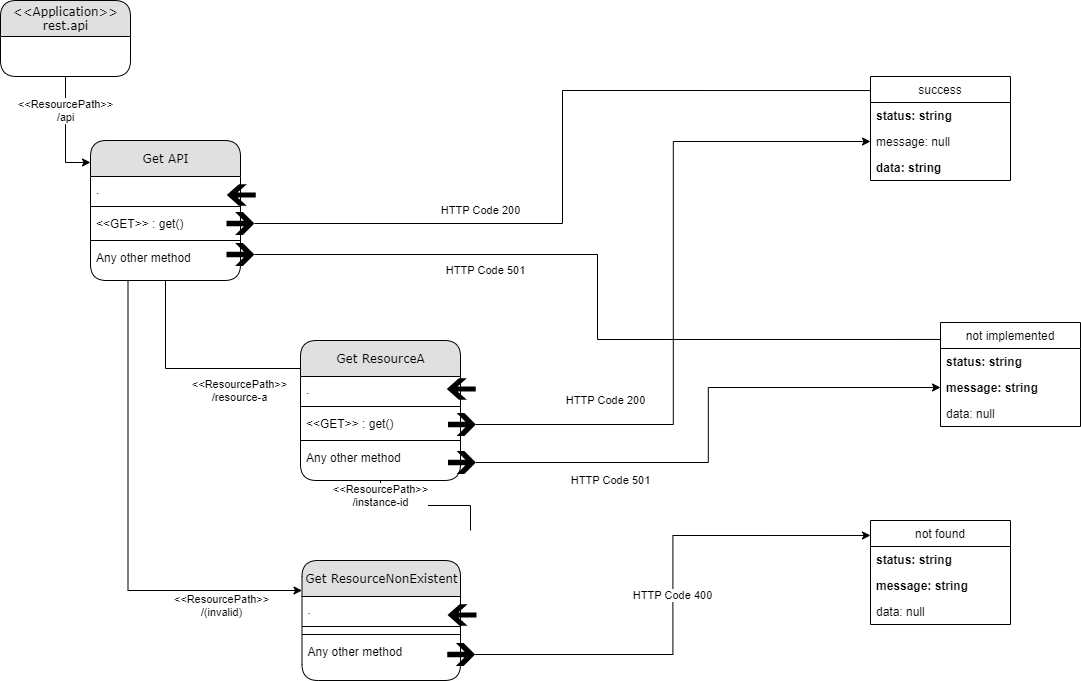
Before: Project003/serverapp/documents/restapi-logic-diagram.png, a diagram exported from draw.io (MariMendM/devops-sandbox). Source tidied: cells renumbered, new cells last; positions are measured from the earlier drawing's top-left corner, leaving out a move shared by most shapes.
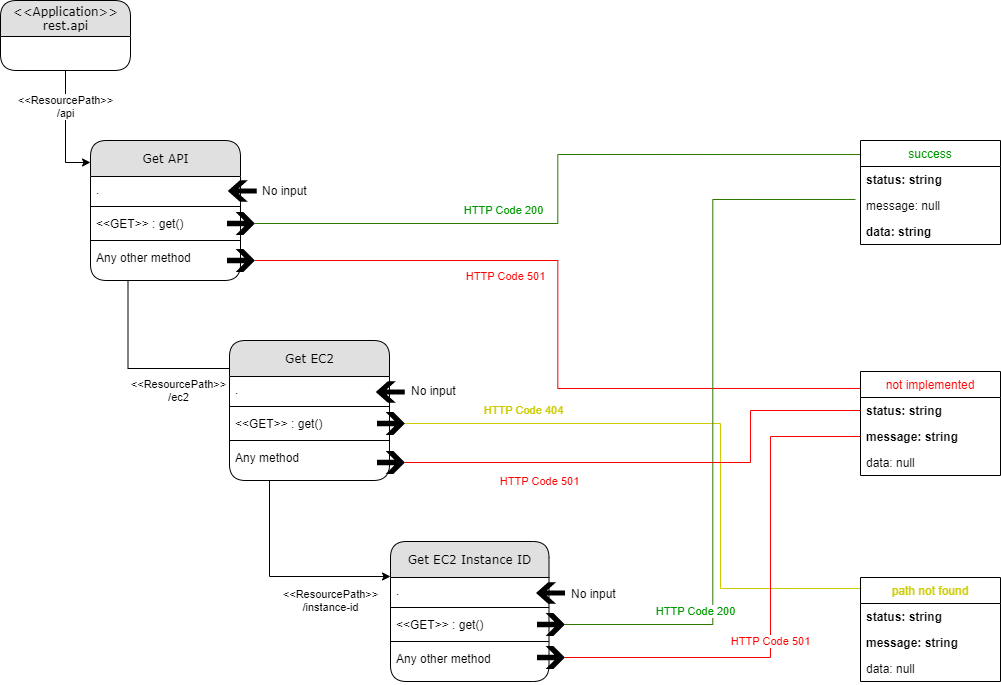
The same file after the commit.

Commit message:
Dependencies fix; docs update; code improvements

Change to the diagram source:
```diff
@@ -6,13 +6,13 @@
       <mxGeometry x="-0.39" relative="1" as="geometry" />
     </mxCell>
     <mxCell id="3" value="&amp;lt;&amp;lt;Application&amp;gt;&amp;gt;&lt;br&gt;rest.api" style="swimlane;html=1;fontStyle=0;horizontal=1;startSize=36;fillColor=#e0e0e0;swimlaneFillColor=#ffffff;align=center;rounded=1;shadow=0;comic=0;labelBackgroundColor=none;strokeWidth=1;fontFamily=Verdana;fontSize=12;" parent="1" vertex="1">
-      <mxGeometry width="130" height="76" as="geometry" />
+      <mxGeometry width="130" height="70" as="geometry" />
     </mxCell>
-    <mxCell id="4" value="HTTP Code 200" style="edgeStyle=orthogonalEdgeStyle;rounded=0;jettySize=auto;html=1;exitX=0.5;exitY=1;exitDx=0;exitDy=0;exitPerimeter=0;startArrow=none;endArrow=none;endFill=0;startFill=0;entryX=0;entryY=0.135;entryDx=0;entryDy=0;entryPerimeter=0;" parent="1" edge="1" source="38" target="5">
-      <mxGeometry x="-0.4" y="13" relative="1" as="geometry" />
+    <mxCell id="4" value="HTTP Code 200" style="edgeStyle=orthogonalEdgeStyle;rounded=0;jettySize=auto;html=1;exitX=0.5;exitY=1;exitDx=0;exitDy=0;exitPerimeter=0;startArrow=none;endArrow=none;endFill=0;startFill=0;entryX=0;entryY=0.135;entryDx=0;entryDy=0;entryPerimeter=0;fillColor=#60a917;strokeColor=#2D7600;fontColor=#009900;" parent="1" edge="1" source="38" target="5">
+      <mxGeometry x="-0.26" y="13" relative="1" as="geometry" />
     </mxCell>
-    <mxCell id="5" value="success" style="swimlane;fontStyle=0;horizontal=1;startSize=26;fillColor=none;" parent="1" vertex="1">
-      <mxGeometry x="870" y="76" width="140" height="104" as="geometry" />
+    <mxCell id="5" value="success" style="swimlane;fontStyle=0;horizontal=1;startSize=26;fillColor=none;fontColor=#009900;" parent="1" vertex="1">
+      <mxGeometry x="860" y="140" width="140" height="104" as="geometry" />
     </mxCell>
     <mxCell id="6" value="status: string" style="text;strokeColor=none;fillColor=none;align=left;verticalAlign=top;spacingLeft=4;spacingRight=4;overflow=hidden;fontStyle=1;" parent="5" vertex="1">
       <mxGeometry y="26" width="140" height="26" as="geometry" />
@@ -23,13 +23,13 @@
     <mxCell id="8" value="data: string" style="text;strokeColor=none;fillColor=none;align=left;verticalAlign=top;spacingLeft=4;spacingRight=4;overflow=hidden;fontStyle=1;" parent="5" vertex="1">
       <mxGeometry y="78" width="140" height="26" as="geometry" />
     </mxCell>
-    <mxCell id="9" value="&amp;lt;&amp;lt;ResourcePath&amp;gt;&amp;gt;&lt;br&gt;/resource-a" style="edgeStyle=orthogonalEdgeStyle;rounded=0;jettySize=auto;html=1;exitX=0.5;exitY=1;exitDx=0;exitDy=0;entryX=0;entryY=0.2;entryDx=0;entryDy=0;startArrow=none;startFill=0;endArrow=none;endFill=0;entryPerimeter=0;" parent="1" edge="1" source="11" target="23">
+    <mxCell id="9" value="&amp;lt;&amp;lt;ResourcePath&amp;gt;&amp;gt;&lt;br&gt;/ec2" style="edgeStyle=orthogonalEdgeStyle;rounded=0;jettySize=auto;html=1;exitX=0.25;exitY=1;exitDx=0;exitDy=0;entryX=0;entryY=0.2;entryDx=0;entryDy=0;startArrow=none;startFill=0;endArrow=none;endFill=0;entryPerimeter=0;" parent="1" edge="1" source="11" target="23">
       <mxGeometry x="0.46" y="-22" relative="1" as="geometry">
         <mxPoint x="-1" as="offset" />
       </mxGeometry>
     </mxCell>
-    <mxCell id="10" value="&amp;lt;&amp;lt;ResourcePath&amp;gt;&amp;gt;&lt;br&gt;/(invalid)" style="edgeStyle=orthogonalEdgeStyle;rounded=0;jettySize=auto;html=1;entryX=0;entryY=0.25;entryDx=0;entryDy=0;exitX=0.25;exitY=1;exitDx=0;exitDy=0;" parent="1" edge="1" source="11" target="29">
-      <mxGeometry x="0.67" y="-15" relative="1" as="geometry" />
+    <mxCell id="10" value="&amp;lt;&amp;lt;ResourcePath&amp;gt;&amp;gt;&lt;br&gt;/instance-id" style="edgeStyle=orthogonalEdgeStyle;rounded=0;jettySize=auto;html=1;entryX=0;entryY=0.25;entryDx=0;entryDy=0;exitX=0.25;exitY=1;exitDx=0;exitDy=0;" parent="1" edge="1" source="23" target="29">
+      <mxGeometry x="0.45" y="-24" relative="1" as="geometry" />
     </mxCell>
     <mxCell id="11" value="Get API" style="swimlane;html=1;fontStyle=0;horizontal=1;startSize=36;fillColor=#e0e0e0;swimlaneFillColor=#ffffff;align=center;rounded=1;shadow=0;comic=0;labelBackgroundColor=none;strokeWidth=1;fontFamily=Verdana;fontSize=12;" parent="1" vertex="1">
       <mxGeometry x="90" y="140" width="150" height="140" as="geometry" />
@@ -49,11 +49,11 @@
     <mxCell id="16" value="Any other method" style="text;strokeColor=none;fillColor=none;align=left;verticalAlign=top;spacingLeft=4;spacingRight=4;overflow=hidden;" parent="11" vertex="1">
       <mxGeometry y="104" width="150" height="26" as="geometry" />
     </mxCell>
-    <mxCell id="17" value="HTTP Code 501" style="edgeStyle=orthogonalEdgeStyle;rounded=0;jettySize=auto;html=1;exitX=0.5;exitY=1;exitDx=0;exitDy=0;exitPerimeter=0;startArrow=none;startFill=0;endArrow=none;endFill=0;entryX=0;entryY=0.163;entryDx=0;entryDy=0;entryPerimeter=0;" parent="1" edge="1" source="39" target="18">
-      <mxGeometry x="-0.4" y="-16" relative="1" as="geometry" />
+    <mxCell id="17" value="HTTP Code 501" style="edgeStyle=orthogonalEdgeStyle;rounded=0;jettySize=auto;html=1;exitX=0.5;exitY=1;exitDx=0;exitDy=0;exitPerimeter=0;startArrow=none;startFill=0;endArrow=none;endFill=0;entryX=0;entryY=0.163;entryDx=0;entryDy=0;entryPerimeter=0;fillColor=#e51400;fontColor=#FF0000;strokeColor=#FF0000;" parent="1" edge="1" source="39" target="18">
+      <mxGeometry x="-0.32" y="-16" relative="1" as="geometry" />
     </mxCell>
-    <mxCell id="18" value="not implemented" style="swimlane;fontStyle=0;horizontal=1;startSize=26;fillColor=none;" parent="1" vertex="1">
-      <mxGeometry x="940" y="322" width="140" height="104" as="geometry" />
+    <mxCell id="18" value="not implemented" style="swimlane;fontStyle=0;horizontal=1;startSize=26;fillColor=none;fontColor=#FF0000;" parent="1" vertex="1">
+      <mxGeometry x="860" y="371" width="140" height="104" as="geometry" />
     </mxCell>
     <mxCell id="19" value="status: string" style="text;strokeColor=none;fillColor=none;align=left;verticalAlign=top;spacingLeft=4;spacingRight=4;overflow=hidden;points=[[0,0.5],[1,0.5]];portConstraint=eastwest;fontStyle=1;" parent="18" vertex="1">
       <mxGeometry y="26" width="140" height="26" as="geometry" />
@@ -64,14 +64,8 @@
     <mxCell id="21" value="data: null" style="text;strokeColor=none;fillColor=none;align=left;verticalAlign=top;spacingLeft=4;spacingRight=4;overflow=hidden;" parent="18" vertex="1">
       <mxGeometry y="78" width="140" height="26" as="geometry" />
     </mxCell>
-    <mxCell id="22" value="&amp;lt;&amp;lt;ResourcePath&amp;gt;&amp;gt;&lt;br&gt;/instance-id" style="edgeStyle=orthogonalEdgeStyle;rounded=0;jettySize=auto;html=1;exitX=0.5;exitY=1;exitDx=0;exitDy=0;startArrow=none;startFill=0;endArrow=none;endFill=0;" parent="1" edge="1" source="23">
-      <mxGeometry x="-0.77" relative="1" as="geometry">
-        <mxPoint x="470" y="530" as="targetPoint" />
-        <mxPoint y="-1" as="offset" />
-      </mxGeometry>
-    </mxCell>
-    <mxCell id="23" value="Get ResourceA" style="swimlane;html=1;fontStyle=0;horizontal=1;startSize=36;fillColor=#e0e0e0;swimlaneFillColor=#ffffff;align=center;rounded=1;shadow=0;comic=0;labelBackgroundColor=none;strokeWidth=1;fontFamily=Verdana;fontSize=12;" parent="1" vertex="1">
-      <mxGeometry x="300" y="340" width="160" height="140" as="geometry" />
+    <mxCell id="23" value="Get EC2" style="swimlane;html=1;fontStyle=0;horizontal=1;startSize=36;fillColor=#e0e0e0;swimlaneFillColor=#ffffff;align=center;rounded=1;shadow=0;comic=0;labelBackgroundColor=none;strokeWidth=1;fontFamily=Verdana;fontSize=12;" parent="1" vertex="1">
+      <mxGeometry x="229" y="340" width="160" height="140" as="geometry" />
     </mxCell>
     <mxCell id="24" value="." style="text;strokeColor=none;fillColor=none;align=left;verticalAlign=top;spacingLeft=4;spacingRight=4;overflow=hidden;" parent="23" vertex="1">
       <mxGeometry y="36" width="160" height="26" as="geometry" />
@@ -85,11 +79,11 @@
     <mxCell id="27" style="line;strokeWidth=1;fillColor=none;align=left;verticalAlign=middle;spacingTop=-1;spacingLeft=3;spacingRight=3;labelPosition=right;" parent="23" vertex="1">
       <mxGeometry y="96" width="160" height="8" as="geometry" />
     </mxCell>
-    <mxCell id="28" value="Any other method" style="text;strokeColor=none;fillColor=none;align=left;verticalAlign=top;spacingLeft=4;spacingRight=4;overflow=hidden;" parent="23" vertex="1">
+    <mxCell id="28" value="Any method" style="text;strokeColor=none;fillColor=none;align=left;verticalAlign=top;spacingLeft=4;spacingRight=4;overflow=hidden;" parent="23" vertex="1">
       <mxGeometry y="104" width="160" height="26" as="geometry" />
     </mxCell>
-    <mxCell id="29" value="Get ResourceNonExistent" style="swimlane;html=1;fontStyle=0;horizontal=1;startSize=36;fillColor=#e0e0e0;swimlaneFillColor=#ffffff;align=center;rounded=1;shadow=0;comic=0;labelBackgroundColor=none;strokeWidth=1;fontFamily=Verdana;fontSize=12;" parent="1" vertex="1">
-      <mxGeometry x="301.5" y="560" width="158.5" height="120" as="geometry" />
+    <mxCell id="29" value="Get EC2 Instance ID" style="swimlane;html=1;fontStyle=0;horizontal=1;startSize=36;fillColor=#e0e0e0;swimlaneFillColor=#ffffff;align=center;rounded=1;shadow=0;comic=0;labelBackgroundColor=none;strokeWidth=1;fontFamily=Verdana;fontSize=12;" parent="1" vertex="1">
+      <mxGeometry x="390" y="541" width="158.5" height="140" as="geometry" />
     </mxCell>
     <mxCell id="30" value="." style="text;strokeColor=none;fillColor=none;align=left;verticalAlign=top;spacingLeft=4;spacingRight=4;overflow=hidden;" parent="29" vertex="1">
       <mxGeometry y="36" width="158.5" height="26" as="geometry" />
@@ -97,47 +91,56 @@
     <mxCell id="31" style="line;strokeWidth=1;fillColor=none;align=left;verticalAlign=middle;spacingTop=-1;spacingLeft=3;spacingRight=3;labelPosition=right;" parent="29" vertex="1">
       <mxGeometry y="62" width="158.5" height="8" as="geometry" />
     </mxCell>
+    <mxCell id="49" value="&lt;&lt;GET&gt;&gt; : get()" style="text;strokeColor=none;fillColor=none;align=left;verticalAlign=top;spacingLeft=4;spacingRight=4;overflow=hidden;" parent="29" vertex="1">
+      <mxGeometry y="70" width="158.5" height="26" as="geometry" />
+    </mxCell>
     <mxCell id="32" style="line;strokeWidth=1;fillColor=none;align=left;verticalAlign=middle;spacingTop=-1;spacingLeft=3;spacingRight=3;labelPosition=right;" parent="29" vertex="1">
-      <mxGeometry y="70" width="158.5" height="8" as="geometry" />
+      <mxGeometry y="96" width="158.5" height="8" as="geometry" />
     </mxCell>
     <mxCell id="33" value="Any other method" style="text;strokeColor=none;fillColor=none;align=left;verticalAlign=top;spacingLeft=4;spacingRight=4;overflow=hidden;" parent="29" vertex="1">
-      <mxGeometry y="78" width="158.5" height="26" as="geometry" />
+      <mxGeometry y="104" width="158.5" height="26" as="geometry" />
     </mxCell>
     <mxCell id="34" style="shape=mxgraph.signs.travel.arrow_north;html=1;fillColor=#000000;strokeColor=none;verticalLabelPosition=bottom;verticalAlign=top;align=center;rotation=-90;" parent="1" vertex="1">
-      <mxGeometry x="450.8" y="600" width="21.5" height="29" as="geometry" />
+      <mxGeometry x="539.2" y="578" width="21.5" height="29" as="geometry" />
     </mxCell>
-    <mxCell id="35" value="HTTP Code 400" style="edgeStyle=orthogonalEdgeStyle;rounded=0;jettySize=auto;html=1;exitX=0.5;exitY=1;exitDx=0;exitDy=0;exitPerimeter=0;entryX=0;entryY=0.144;entryDx=0;entryDy=0;entryPerimeter=0;" parent="1" edge="1" source="36" target="45">
-      <mxGeometry relative="1" as="geometry" />
+    <mxCell id="35" value="HTTP Code 404" style="edgeStyle=orthogonalEdgeStyle;rounded=0;jettySize=auto;html=1;exitX=0.5;exitY=1;exitDx=0;exitDy=0;exitPerimeter=0;entryX=0.007;entryY=0.106;entryDx=0;entryDy=0;fillColor=#ffe6cc;fontColor=#CCCC00;strokeColor=#CCCC00;entryPerimeter=0;endArrow=none;endFill=0;" parent="1" edge="1" source="56" target="45">
+      <mxGeometry x="-0.62" y="13" relative="1" as="geometry">
+        <Array as="points">
+          <mxPoint x="720" y="423" />
+          <mxPoint x="720" y="588" />
+        </Array>
+      </mxGeometry>
     </mxCell>
+    <mxCell id="43" value="HTTP Code 200" style="edgeStyle=orthogonalEdgeStyle;rounded=0;jettySize=auto;html=1;exitX=0.5;exitY=1;exitDx=0;exitDy=0;exitPerimeter=0;entryX=-0.036;entryY=0.269;entryDx=0;entryDy=0;entryPerimeter=0;fillColor=#60a917;strokeColor=#2D7600;fontColor=#009900;endArrow=none;endFill=0;" parent="1" edge="1" source="36" target="7">
+      <mxGeometry x="-0.64" y="13" relative="1" as="geometry" />
+    </mxCell>
     <mxCell id="36" style="shape=mxgraph.signs.travel.arrow_south;html=1;fillColor=#000000;strokeColor=none;verticalLabelPosition=bottom;verticalAlign=top;align=center;rotation=-90;" parent="1" vertex="1">
-      <mxGeometry x="449.2" y="640" width="23" height="28" as="geometry" />
+      <mxGeometry x="539" y="610" width="23" height="28" as="geometry" />
     </mxCell>
     <mxCell id="37" style="shape=mxgraph.signs.travel.arrow_north;html=1;fillColor=#000000;strokeColor=none;verticalLabelPosition=bottom;verticalAlign=top;align=center;rotation=-90;" parent="1" vertex="1">
-      <mxGeometry x="450" y="374" width="21.5" height="29" as="geometry" />
+      <mxGeometry x="379" y="377" width="21.5" height="29" as="geometry" />
     </mxCell>
     <mxCell id="38" style="shape=mxgraph.signs.travel.arrow_south;html=1;fillColor=#000000;strokeColor=none;verticalLabelPosition=bottom;verticalAlign=top;align=center;rotation=-90;" parent="1" vertex="1">
-      <mxGeometry x="228.5" y="209" width="23" height="28" as="geometry" />
+      <mxGeometry x="229" y="209" width="23" height="28" as="geometry" />
     </mxCell>
     <mxCell id="39" style="shape=mxgraph.signs.travel.arrow_south;html=1;fillColor=#000000;strokeColor=none;verticalLabelPosition=bottom;verticalAlign=top;align=center;rotation=-90;" parent="1" vertex="1">
-      <mxGeometry x="228.5" y="240" width="23" height="28" as="geometry" />
+      <mxGeometry x="229" y="246" width="23" height="28" as="geometry" />
     </mxCell>
-    <mxCell id="40" style="shape=mxgraph.signs.travel.arrow_north;html=1;fillColor=#000000;strokeColor=none;verticalLabelPosition=bottom;verticalAlign=top;align=center;rotation=-90;" parent="1" vertex="1">
-      <mxGeometry x="230" y="180" width="21.5" height="29" as="geometry" />
+    <mxCell id="40" style="shape=mxgraph.signs.travel.arrow_north;html=1;fillColor=#000000;strokeColor=none;verticalLabelPosition=bottom;verticalAlign=top;align=center;rotation=-90;horizontal=1;" parent="1" vertex="1">
+      <mxGeometry x="231" y="176" width="21.5" height="29" as="geometry" />
     </mxCell>
-    <mxCell id="41" value="HTTP Code 501" style="edgeStyle=orthogonalEdgeStyle;rounded=0;jettySize=auto;html=1;exitX=0.5;exitY=1;exitDx=0;exitDy=0;exitPerimeter=0;entryX=0;entryY=0.5;entryDx=0;entryDy=0;" parent="1" edge="1" source="42" target="20">
-      <mxGeometry x="-0.5" y="-18" relative="1" as="geometry" />
-    </mxCell>
+    <mxCell id="50" value="HTTP Code 501" style="edgeStyle=elbowEdgeStyle;rounded=0;jettySize=auto;html=1;exitX=0.5;exitY=1;exitDx=0;exitDy=0;exitPerimeter=0;entryX=0;entryY=0.5;entryDx=0;entryDy=0;endArrow=none;endFill=0;fontColor=#FF0000;strokeColor=#FF0000;" parent="1" edge="1" source="42" target="19">
+      <mxGeometry x="-0.47" y="-19" relative="1" as="geometry">
+        <Array as="points">
+          <mxPoint x="750" y="440" />
+        </Array>
+      </mxGeometry>
+    </mxCell>
     <mxCell id="42" style="shape=mxgraph.signs.travel.arrow_south;html=1;fillColor=#000000;strokeColor=none;verticalLabelPosition=bottom;verticalAlign=top;align=center;rotation=-90;" parent="1" vertex="1">
-      <mxGeometry x="450" y="448" width="23" height="28" as="geometry" />
+      <mxGeometry x="379" y="448" width="23" height="28" as="geometry" />
     </mxCell>
-    <mxCell id="43" value="HTTP Code 200" style="edgeStyle=orthogonalEdgeStyle;rounded=0;jettySize=auto;html=1;exitX=0.5;exitY=1;exitDx=0;exitDy=0;exitPerimeter=0;entryX=0;entryY=0.5;entryDx=0;entryDy=0;" parent="1" edge="1" source="44" target="7">
-      <mxGeometry x="-0.62" y="24" relative="1" as="geometry" />
-    </mxCell>
-    <mxCell id="44" style="shape=mxgraph.signs.travel.arrow_south;html=1;fillColor=#000000;strokeColor=none;verticalLabelPosition=bottom;verticalAlign=top;align=center;rotation=-90;" parent="1" vertex="1">
-      <mxGeometry x="450" y="410" width="23" height="28" as="geometry" />
-    </mxCell>
-    <mxCell id="45" value="not found" style="swimlane;fontStyle=0;horizontal=1;startSize=26;fillColor=none;" parent="1" vertex="1">
-      <mxGeometry x="870" y="520" width="140" height="104" as="geometry" />
+    <mxCell id="45" value="path not found" style="swimlane;fontStyle=0;horizontal=1;startSize=26;fillColor=none;fontColor=#CCCC00;" parent="1" vertex="1">
+      <mxGeometry x="860" y="577" width="140" height="104" as="geometry" />
     </mxCell>
     <mxCell id="46" value="status: string" style="text;strokeColor=none;fillColor=none;align=left;verticalAlign=top;spacingLeft=4;spacingRight=4;overflow=hidden;fontStyle=1;" parent="45" vertex="1">
       <mxGeometry y="26" width="140" height="26" as="geometry" />
@@ -148,5 +151,27 @@
     <mxCell id="48" value="data: null" style="text;strokeColor=none;fillColor=none;align=left;verticalAlign=top;spacingLeft=4;spacingRight=4;overflow=hidden;" parent="45" vertex="1">
       <mxGeometry y="78" width="140" height="26" as="geometry" />
     </mxCell>
+    <mxCell id="51" value="No input" style="text;html=1;strokeColor=none;fillColor=none;align=left;verticalAlign=middle;whiteSpace=wrap;rounded=0;" parent="1" vertex="1">
+      <mxGeometry x="260" y="180" width="60" height="20" as="geometry" />
+    </mxCell>
+    <mxCell id="52" value="No input" style="text;html=1;strokeColor=none;fillColor=none;align=left;verticalAlign=middle;whiteSpace=wrap;rounded=0;" parent="1" vertex="1">
+      <mxGeometry x="409" y="380" width="60" height="20" as="geometry" />
+    </mxCell>
+    <mxCell id="53" value="No input" style="text;html=1;strokeColor=none;fillColor=none;align=left;verticalAlign=middle;whiteSpace=wrap;rounded=0;" parent="1" vertex="1">
+      <mxGeometry x="568.5" y="583" width="60" height="20" as="geometry" />
+    </mxCell>
+    <mxCell id="54" value="HTTP Code 501" style="edgeStyle=elbowEdgeStyle;rounded=0;jettySize=auto;html=1;exitX=0.5;exitY=1;exitDx=0;exitDy=0;exitPerimeter=0;entryX=0;entryY=0.5;entryDx=0;entryDy=0;fillColor=#e51400;fontColor=#FF0000;strokeColor=#FF0000;endArrow=none;endFill=0;" parent="1" edge="1" source="55" target="20">
+      <mxGeometry x="-0.21" y="16" relative="1" as="geometry">
+        <Array as="points">
+          <mxPoint x="770" y="540" />
+        </Array>
+      </mxGeometry>
+    </mxCell>
+    <mxCell id="55" style="shape=mxgraph.signs.travel.arrow_south;html=1;fillColor=#000000;strokeColor=none;verticalLabelPosition=bottom;verticalAlign=top;align=center;rotation=-90;" parent="1" vertex="1">
+      <mxGeometry x="539" y="643" width="23" height="28" as="geometry" />
+    </mxCell>
+    <mxCell id="56" style="shape=mxgraph.signs.travel.arrow_south;html=1;fillColor=#000000;strokeColor=none;verticalLabelPosition=bottom;verticalAlign=top;align=center;rotation=-90;" parent="1" vertex="1">
+      <mxGeometry x="379" y="409" width="23" height="28" as="geometry" />
+    </mxCell>
   </root>
 </mxGraphModel>
```
